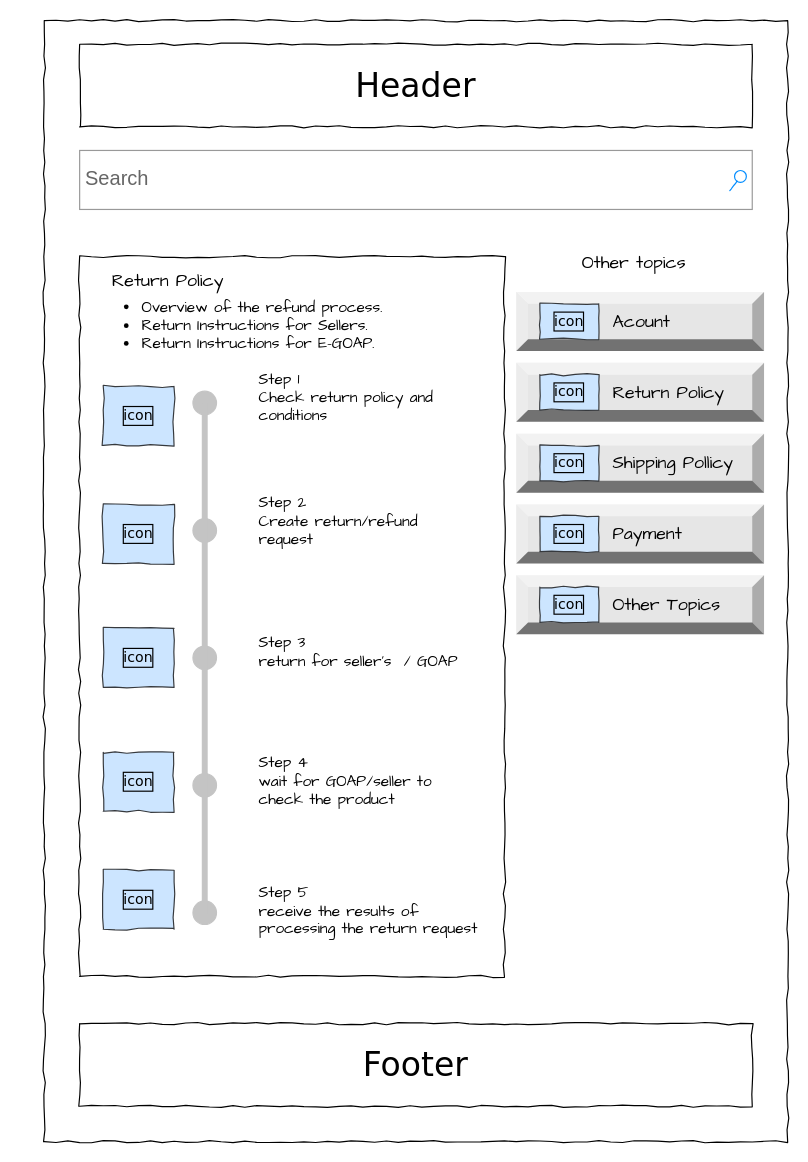
Before: page "Return Policy" (4 of 6) of 3. Applications/1. Design (UI-UX)/1. Wireframe/Yuki-wireframe.drawio in XiaoYuki2010/Classroom-GSS0123, a draw.io diagram. Source tidied: cells renumbered, new cells numbered last; positions are measured from the earlier drawing's top-left corner, leaving out a move shared by most shapes. Both pictures are drawn from the tidied source at 118%, with x=0, y=0 at pixel (20, 20).
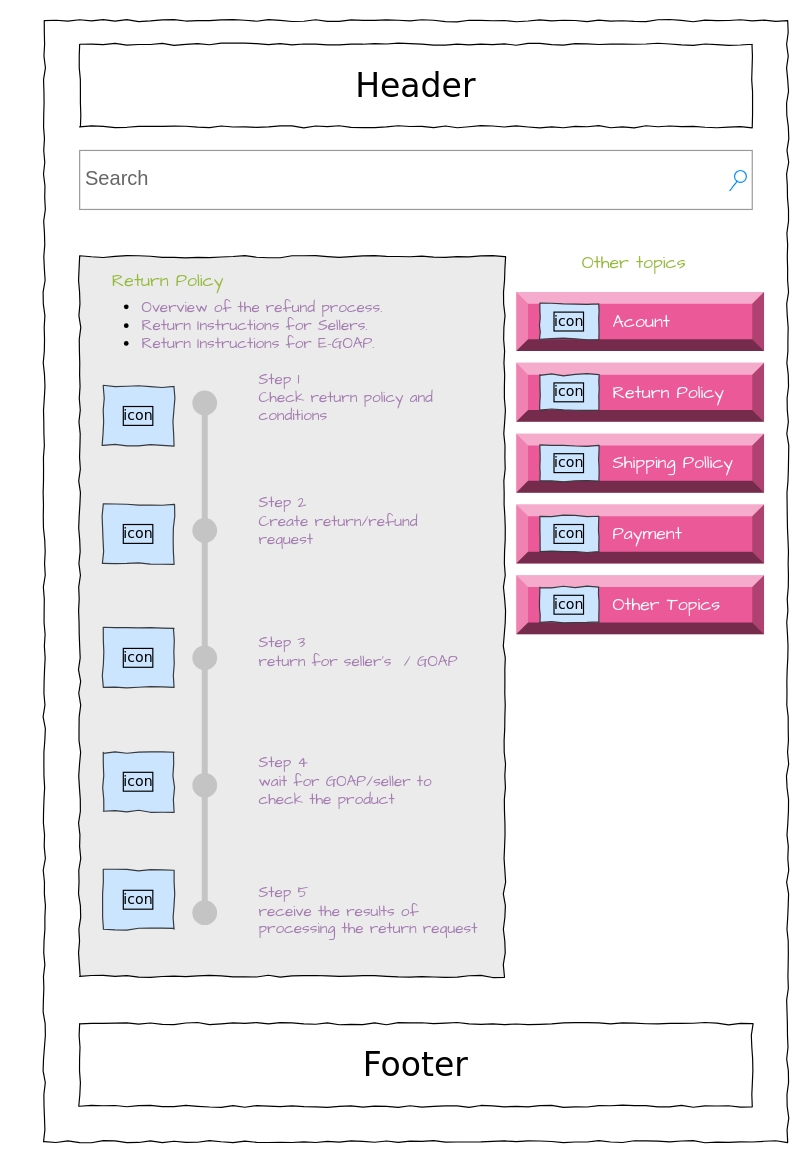
The same page after the edit.

Change to the diagram source:
```diff
@@
-    <mxCell id="5" value="Other topics" style="text;html=1;strokeColor=none;fillColor=none;align=center;verticalAlign=middle;whiteSpace=wrap;rounded=0;fontSize=15;fontFamily=Architects Daughter;fontColor=default;" parent="1" vertex="1">
+    <mxCell id="5" value="Other topics" style="text;html=1;strokeColor=none;fillColor=none;align=center;verticalAlign=middle;whiteSpace=wrap;rounded=0;fontSize=15;fontFamily=Architects Daughter;fontColor=#95bb3d;" parent="1" vertex="1">
       <mxGeometry x="470" y="190" width="100" height="30" as="geometry" />
     </mxCell>
-    <mxCell id="6" style="rounded=0;whiteSpace=wrap;html=1;shadow=0;glass=0;labelBackgroundColor=none;labelBorderColor=default;sketch=0;hachureGap=4;jiggle=2;curveFitting=1;strokeColor=#000000;fontFamily=Verdana;fontSize=12;fontColor=#000000;fillColor=none;strokeWidth=1;comic=1;" parent="1" vertex="1">
+    <mxCell id="6" style="rounded=0;whiteSpace=wrap;html=1;shadow=0;glass=0;labelBackgroundColor=none;labelBorderColor=default;sketch=0;hachureGap=4;jiggle=2;curveFitting=1;strokeColor=#000000;fontFamily=Verdana;fontSize=12;fontColor=#000000;fillColor=#ebebeb;strokeWidth=1;comic=1;" parent="1" vertex="1">
       <mxGeometry x="50" y="200" width="360" height="610" as="geometry" />
     </mxCell>
-    <mxCell id="7" value="Return Policy" style="text;html=1;strokeColor=none;fillColor=none;align=center;verticalAlign=middle;whiteSpace=wrap;rounded=0;fontSize=15;fontFamily=Architects Daughter;fontColor=default;" parent="1" vertex="1">
+    <mxCell id="7" value="Return Policy" style="text;html=1;strokeColor=none;fillColor=none;align=center;verticalAlign=middle;whiteSpace=wrap;rounded=0;fontSize=15;fontFamily=Architects Daughter;fontColor=#95BB3D;" parent="1" vertex="1">
       <mxGeometry y="205" width="250" height="30" as="geometry" />
     </mxCell>
@@
-    <mxCell id="9" style="labelPosition=center;verticalLabelPosition=middle;align=center;html=1;shape=mxgraph.basic.shaded_button;dx=10;fillColor=#E6E6E6;strokeColor=none;whiteSpace=wrap;rounded=0;shadow=0;glass=0;labelBackgroundColor=none;labelBorderColor=default;sketch=0;hachureGap=4;jiggle=2;curveFitting=1;fontFamily=Architects Daughter;fontSize=15;fontColor=default;" parent="1" vertex="1">
+    <mxCell id="9" style="labelPosition=center;verticalLabelPosition=middle;align=center;html=1;shape=mxgraph.basic.shaded_button;dx=10;fillColor=#EB5999;strokeColor=none;whiteSpace=wrap;rounded=0;shadow=0;glass=0;labelBackgroundColor=none;labelBorderColor=default;sketch=0;hachureGap=4;jiggle=2;curveFitting=1;fontFamily=Architects Daughter;fontSize=15;fontColor=default;" parent="1" vertex="1">
       <mxGeometry x="420" y="230" width="210" height="50" as="geometry" />
     </mxCell>
@@
-    <mxCell id="11" value="Acount" style="text;html=1;strokeColor=none;fillColor=none;align=left;verticalAlign=middle;whiteSpace=wrap;rounded=0;fontSize=15;fontFamily=Architects Daughter;fontColor=default;" parent="1" vertex="1">
+    <mxCell id="11" value="Acount" style="text;html=1;strokeColor=none;fillColor=none;align=left;verticalAlign=middle;whiteSpace=wrap;rounded=0;fontSize=15;fontFamily=Architects Daughter;fontColor=#ffffff;" parent="1" vertex="1">
       <mxGeometry x="500" y="240" width="60" height="30" as="geometry" />
     </mxCell>
-    <mxCell id="12" style="labelPosition=center;verticalLabelPosition=middle;align=center;html=1;shape=mxgraph.basic.shaded_button;dx=10;fillColor=#E6E6E6;strokeColor=none;whiteSpace=wrap;rounded=0;shadow=0;glass=0;labelBackgroundColor=none;labelBorderColor=default;sketch=0;hachureGap=4;jiggle=2;curveFitting=1;fontFamily=Architects Daughter;fontSize=15;fontColor=default;" parent="1" vertex="1">
+    <mxCell id="12" style="labelPosition=center;verticalLabelPosition=middle;align=center;html=1;shape=mxgraph.basic.shaded_button;dx=10;fillColor=#EB5999;strokeColor=none;whiteSpace=wrap;rounded=0;shadow=0;glass=0;labelBackgroundColor=none;labelBorderColor=default;sketch=0;hachureGap=4;jiggle=2;curveFitting=1;fontFamily=Architects Daughter;fontSize=15;fontColor=default;" parent="1" vertex="1">
       <mxGeometry x="420" y="290" width="210" height="50" as="geometry" />
     </mxCell>
@@
-    <mxCell id="14" value="Return Policy" style="text;html=1;strokeColor=none;fillColor=none;align=left;verticalAlign=middle;whiteSpace=wrap;rounded=0;fontSize=15;fontFamily=Architects Daughter;fontColor=default;" parent="1" vertex="1">
+    <mxCell id="14" value="Return Policy" style="text;html=1;strokeColor=none;fillColor=none;align=left;verticalAlign=middle;whiteSpace=wrap;rounded=0;fontSize=15;fontFamily=Architects Daughter;fontColor=#ffffff;" parent="1" vertex="1">
       <mxGeometry x="500" y="300" width="110" height="30" as="geometry" />
     </mxCell>
-    <mxCell id="15" style="labelPosition=center;verticalLabelPosition=middle;align=center;html=1;shape=mxgraph.basic.shaded_button;dx=10;fillColor=#E6E6E6;strokeColor=none;whiteSpace=wrap;rounded=0;shadow=0;glass=0;labelBackgroundColor=none;labelBorderColor=default;sketch=0;hachureGap=4;jiggle=2;curveFitting=1;fontFamily=Architects Daughter;fontSize=15;fontColor=default;" parent="1" vertex="1">
+    <mxCell id="15" style="labelPosition=center;verticalLabelPosition=middle;align=center;html=1;shape=mxgraph.basic.shaded_button;dx=10;fillColor=#EB5999;strokeColor=none;whiteSpace=wrap;rounded=0;shadow=0;glass=0;labelBackgroundColor=none;labelBorderColor=default;sketch=0;hachureGap=4;jiggle=2;curveFitting=1;fontFamily=Architects Daughter;fontSize=15;fontColor=default;" parent="1" vertex="1">
       <mxGeometry x="420" y="350" width="210" height="50" as="geometry" />
     </mxCell>
@@
-    <mxCell id="17" value="Shipping Pollicy" style="text;html=1;strokeColor=none;fillColor=none;align=left;verticalAlign=middle;whiteSpace=wrap;rounded=0;fontSize=15;fontFamily=Architects Daughter;fontColor=default;" parent="1" vertex="1">
+    <mxCell id="17" value="Shipping Pollicy" style="text;html=1;strokeColor=none;fillColor=none;align=left;verticalAlign=middle;whiteSpace=wrap;rounded=0;fontSize=15;fontFamily=Architects Daughter;fontColor=#ffffff;" parent="1" vertex="1">
       <mxGeometry x="500" y="360" width="110" height="30" as="geometry" />
     </mxCell>
-    <mxCell id="18" style="labelPosition=center;verticalLabelPosition=middle;align=center;html=1;shape=mxgraph.basic.shaded_button;dx=10;fillColor=#E6E6E6;strokeColor=none;whiteSpace=wrap;rounded=0;shadow=0;glass=0;labelBackgroundColor=none;labelBorderColor=default;sketch=0;hachureGap=4;jiggle=2;curveFitting=1;fontFamily=Architects Daughter;fontSize=15;fontColor=default;" parent="1" vertex="1">
+    <mxCell id="18" style="labelPosition=center;verticalLabelPosition=middle;align=center;html=1;shape=mxgraph.basic.shaded_button;dx=10;fillColor=#EB5999;strokeColor=none;whiteSpace=wrap;rounded=0;shadow=0;glass=0;labelBackgroundColor=none;labelBorderColor=default;sketch=0;hachureGap=4;jiggle=2;curveFitting=1;fontFamily=Architects Daughter;fontSize=15;fontColor=default;" parent="1" vertex="1">
       <mxGeometry x="420" y="410" width="210" height="50" as="geometry" />
     </mxCell>
@@
-    <mxCell id="20" value="Payment" style="text;html=1;strokeColor=none;fillColor=none;align=left;verticalAlign=middle;whiteSpace=wrap;rounded=0;fontSize=15;fontFamily=Architects Daughter;fontColor=default;" parent="1" vertex="1">
+    <mxCell id="20" value="Payment" style="text;html=1;strokeColor=none;fillColor=none;align=left;verticalAlign=middle;whiteSpace=wrap;rounded=0;fontSize=15;fontFamily=Architects Daughter;fontColor=#ffffff;" parent="1" vertex="1">
       <mxGeometry x="500" y="420" width="60" height="30" as="geometry" />
     </mxCell>
-    <mxCell id="21" style="labelPosition=center;verticalLabelPosition=middle;align=center;html=1;shape=mxgraph.basic.shaded_button;dx=10;fillColor=#E6E6E6;strokeColor=none;whiteSpace=wrap;rounded=0;shadow=0;glass=0;labelBackgroundColor=none;labelBorderColor=default;sketch=0;hachureGap=4;jiggle=2;curveFitting=1;fontFamily=Architects Daughter;fontSize=15;fontColor=default;" parent="1" vertex="1">
+    <mxCell id="21" style="labelPosition=center;verticalLabelPosition=middle;align=center;html=1;shape=mxgraph.basic.shaded_button;dx=10;fillColor=#EB5999;strokeColor=none;whiteSpace=wrap;rounded=0;shadow=0;glass=0;labelBackgroundColor=none;labelBorderColor=default;sketch=0;hachureGap=4;jiggle=2;curveFitting=1;fontFamily=Architects Daughter;fontSize=15;fontColor=default;" parent="1" vertex="1">
       <mxGeometry x="420" y="470" width="210" height="50" as="geometry" />
     </mxCell>
@@
-    <mxCell id="23" value="Other Topics" style="text;html=1;strokeColor=none;fillColor=none;align=left;verticalAlign=middle;whiteSpace=wrap;rounded=0;fontSize=15;fontFamily=Architects Daughter;fontColor=default;" parent="1" vertex="1">
+    <mxCell id="23" value="Other Topics" style="text;html=1;strokeColor=none;fillColor=none;align=left;verticalAlign=middle;whiteSpace=wrap;rounded=0;fontSize=15;fontFamily=Architects Daughter;fontColor=#ffffff;" parent="1" vertex="1">
       <mxGeometry x="500" y="480" width="100" height="30" as="geometry" />
     </mxCell>
-    <mxCell id="24" value="&lt;ul style=&quot;&quot;&gt;&lt;li style=&quot;&quot;&gt;Overview of the refund process.&lt;br&gt;&lt;/li&gt;&lt;li style=&quot;font-size: 13px;&quot;&gt;Return Instructions for Sellers.&lt;/li&gt;&lt;li style=&quot;border-color: var(--border-color);&quot;&gt;Return Instructions for E-GOAP.&lt;/li&gt;&lt;/ul&gt;" style="text;strokeColor=none;fillColor=none;html=1;verticalAlign=top;overflow=hidden;fontSize=13;fontFamily=Architects Daughter;fontColor=default;spacing=3;align=left;whiteSpace=wrap;" parent="1" vertex="1">
+    <mxCell id="24" value="&lt;ul style=&quot;&quot;&gt;&lt;li style=&quot;&quot;&gt;&lt;font color=&quot;#a47cb0&quot;&gt;Overview of the refund process.&lt;br&gt;&lt;/font&gt;&lt;/li&gt;&lt;li style=&quot;font-size: 13px;&quot;&gt;&lt;font color=&quot;#a47cb0&quot;&gt;Return Instructions for Sellers.&lt;/font&gt;&lt;/li&gt;&lt;li style=&quot;border-color: var(--border-color);&quot;&gt;&lt;font color=&quot;#a47cb0&quot;&gt;Return Instructions for E-GOAP.&lt;/font&gt;&lt;/li&gt;&lt;/ul&gt;" style="text;strokeColor=none;fillColor=none;html=1;verticalAlign=top;overflow=hidden;fontSize=13;fontFamily=Architects Daughter;fontColor=default;spacing=3;align=left;whiteSpace=wrap;" parent="1" vertex="1">
       <mxGeometry x="60" y="215" width="280" height="75" as="geometry" />
     </mxCell>
@@
-    <mxCell id="30" value="Step 1&amp;nbsp;&lt;br&gt;Check return policy and conditions" style="text;html=1;strokeColor=none;fillColor=none;align=left;verticalAlign=middle;whiteSpace=wrap;rounded=0;fontSize=13;fontFamily=Architects Daughter;fontColor=default;" parent="1" vertex="1">
+    <mxCell id="30" value="Step 1&amp;nbsp;&lt;br&gt;Check return policy and conditions" style="text;html=1;strokeColor=none;fillColor=none;align=left;verticalAlign=middle;whiteSpace=wrap;rounded=0;fontSize=13;fontFamily=Architects Daughter;fontColor=#a47cb0;" parent="1" vertex="1">
       <mxGeometry x="200" y="280" width="180" height="80" as="geometry" />
     </mxCell>
-    <mxCell id="31" value="Step 2&lt;br&gt;Create return/refund request" style="text;html=1;strokeColor=none;fillColor=none;align=left;verticalAlign=middle;whiteSpace=wrap;rounded=0;fontSize=13;fontFamily=Architects Daughter;fontColor=default;" parent="1" vertex="1">
+    <mxCell id="31" value="Step 2&lt;br&gt;Create return/refund request" style="text;html=1;strokeColor=none;fillColor=none;align=left;verticalAlign=middle;whiteSpace=wrap;rounded=0;fontSize=13;fontFamily=Architects Daughter;fontColor=#a47cb0;" parent="1" vertex="1">
       <mxGeometry x="200" y="400" width="180" height="50" as="geometry" />
     </mxCell>
-    <mxCell id="32" value="Step 3&lt;br&gt;return for seller's&amp;nbsp; / GOAP" style="text;html=1;strokeColor=none;fillColor=none;align=left;verticalAlign=middle;whiteSpace=wrap;rounded=0;fontSize=13;fontFamily=Architects Daughter;fontColor=default;" parent="1" vertex="1">
+    <mxCell id="32" value="Step 3&lt;br&gt;return for seller's&amp;nbsp; / GOAP" style="text;html=1;strokeColor=none;fillColor=none;align=left;verticalAlign=middle;whiteSpace=wrap;rounded=0;fontSize=13;fontFamily=Architects Daughter;fontColor=#a47cb0;" parent="1" vertex="1">
       <mxGeometry x="200" y="509.5" width="180" height="50" as="geometry" />
     </mxCell>
-    <mxCell id="33" value="Step 4&lt;br&gt;wait for GOAP/seller to check the product" style="text;html=1;strokeColor=none;fillColor=none;align=left;verticalAlign=middle;whiteSpace=wrap;rounded=0;fontSize=13;fontFamily=Architects Daughter;fontColor=default;" parent="1" vertex="1">
+    <mxCell id="33" value="Step 4&lt;br&gt;wait for GOAP/seller to check the product" style="text;html=1;strokeColor=none;fillColor=none;align=left;verticalAlign=middle;whiteSpace=wrap;rounded=0;fontSize=13;fontFamily=Architects Daughter;fontColor=#a47cb0;" parent="1" vertex="1">
       <mxGeometry x="200" y="620" width="180" height="50" as="geometry" />
     </mxCell>
-    <mxCell id="34" value="Step 5&lt;br&gt;receive the results of processing the return request" style="text;html=1;strokeColor=none;fillColor=none;align=left;verticalAlign=middle;whiteSpace=wrap;rounded=0;fontSize=13;fontFamily=Architects Daughter;fontColor=default;" parent="1" vertex="1">
+    <mxCell id="34" value="Step 5&lt;br&gt;receive the results of processing the return request" style="text;html=1;strokeColor=none;fillColor=none;align=left;verticalAlign=middle;whiteSpace=wrap;rounded=0;fontSize=13;fontFamily=Architects Daughter;fontColor=#a47cb0;" parent="1" vertex="1">
       <mxGeometry x="200" y="730" width="200" height="50" as="geometry" />
     </mxCell>
```
